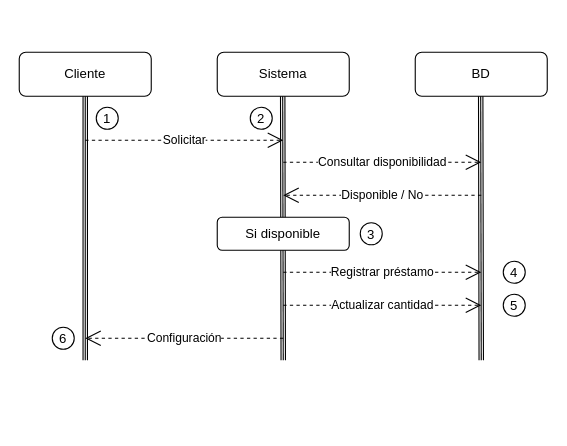
sebas226/NCA-DESAFIO1-CSI-1 keeps this draw.io diagram as ENTORNOS_DE_DESARROLLO/Diagramas_de_comportamiento_Drawio/Diagrama_de_secuencia.drawio. Above is the earlier version. Source tidied: cells renumbered, new cells numbered last; positions are measured from the earlier drawing's top-left corner, leaving out a move shared by most shapes. Both pictures are drawn from the tidied source at 110%, with x=0, y=0 at pixel (19, 52).
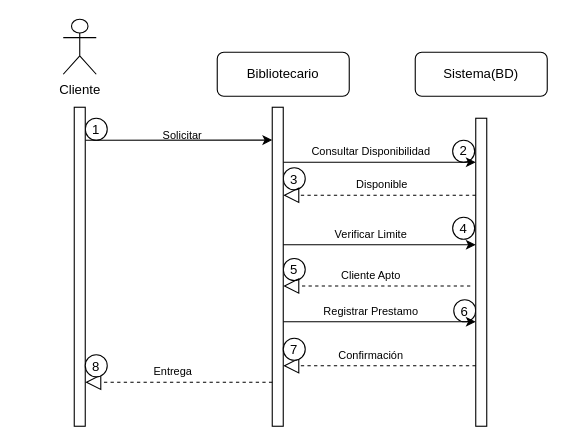
Above is the later version.

Change to the diagram source:
```diff
@@
-    <mxCell id="2" value="Cliente" style="rounded=1;whiteSpace=wrap;html=1;" parent="1" vertex="1">
-      <mxGeometry width="120" height="40" as="geometry" />
-    </mxCell>
-    <mxCell id="3" value="Sistema" style="rounded=1;whiteSpace=wrap;html=1;" parent="1" vertex="1">
+    <mxCell id="3" value="Bibliotecario" style="rounded=1;whiteSpace=wrap;html=1;" parent="1" vertex="1">
       <mxGeometry x="180" width="120" height="40" as="geometry" />
     </mxCell>
-    <mxCell id="4" value="BD" style="rounded=1;whiteSpace=wrap;html=1;" parent="1" vertex="1">
+    <mxCell id="4" value="Sistema(BD)" style="rounded=1;whiteSpace=wrap;html=1;" parent="1" vertex="1">
       <mxGeometry x="360" width="120" height="40" as="geometry" />
     </mxCell>
-    <mxCell id="5" style="shape=link;html=1;rounded=0;entryX=0.5;entryY=1;entryDx=0;entryDy=0;" parent="1" edge="1" target="2">
-      <mxGeometry relative="1" as="geometry">
-        <mxPoint x="60" y="280" as="sourcePoint" />
-      </mxGeometry>
-    </mxCell>
-    <mxCell id="6" style="endArrow=none;html=1;rounded=0;entryX=0.5;entryY=1;entryDx=0;entryDy=0;" parent="1" edge="1" target="2">
-      <mxGeometry relative="1" as="geometry">
-        <mxPoint x="60" y="280" as="sourcePoint" />
-      </mxGeometry>
-    </mxCell>
-    <mxCell id="7" style="shape=link;html=1;rounded=0;entryX=0.5;entryY=1;entryDx=0;entryDy=0;" parent="1" edge="1">
-      <mxGeometry relative="1" as="geometry">
-        <mxPoint x="240" y="280" as="sourcePoint" />
-        <mxPoint x="239.5" y="40" as="targetPoint" />
-      </mxGeometry>
-    </mxCell>
-    <mxCell id="8" style="shape=link;html=1;rounded=0;entryX=0.5;entryY=1;entryDx=0;entryDy=0;" parent="1" edge="1">
-      <mxGeometry relative="1" as="geometry">
-        <mxPoint x="420" y="280" as="sourcePoint" />
-        <mxPoint x="419.5" y="40" as="targetPoint" />
-      </mxGeometry>
-    </mxCell>
-    <mxCell id="9" style="endArrow=none;html=1;rounded=0;" parent="1" edge="1">
-      <mxGeometry relative="1" as="geometry">
-        <mxPoint x="240" y="280" as="sourcePoint" />
-        <mxPoint x="239.5" y="40" as="targetPoint" />
-      </mxGeometry>
-    </mxCell>
-    <mxCell id="10" style="endArrow=none;html=1;rounded=0;" parent="1" edge="1">
-      <mxGeometry relative="1" as="geometry">
-        <mxPoint x="420" y="280" as="sourcePoint" />
-        <mxPoint x="419.5" y="40" as="targetPoint" />
-      </mxGeometry>
-    </mxCell>
-    <mxCell id="11" value="Solicitar" style="endArrow=open;endSize=12;dashed=1;html=1;rounded=0;" parent="1" edge="1">
-      <mxGeometry relative="1" as="geometry">
-        <mxPoint x="60" y="80" as="sourcePoint" />
-        <mxPoint x="240" y="80" as="targetPoint" />
-      </mxGeometry>
-    </mxCell>
     <mxCell id="12" value="1" style="ellipse;" parent="1" vertex="1">
-      <mxGeometry x="70" y="50" width="20" height="20" as="geometry" />
+      <mxGeometry x="60" y="60" width="20" height="20" as="geometry" />
     </mxCell>
-    <mxCell id="13" value="2" style="ellipse;" parent="1" vertex="1">
-      <mxGeometry x="210" y="50" width="20" height="20" as="geometry" />
+    <mxCell id="13" value="2" style="ellipse;whiteSpace=wrap;" parent="1" vertex="1">
+      <mxGeometry x="394" y="80" width="20" height="20" as="geometry" />
     </mxCell>
-    <mxCell id="14" value="Si disponible" style="rounded=1;whiteSpace=wrap;html=1;" parent="1" vertex="1">
-      <mxGeometry x="180" y="150" width="120" height="30" as="geometry" />
-    </mxCell>
-    <mxCell id="15" value="Consultar disponibilidad" style="endArrow=open;endSize=12;dashed=1;html=1;rounded=0;" parent="1" edge="1">
-      <mxGeometry relative="1" as="geometry">
-        <mxPoint x="240" y="100" as="sourcePoint" />
-        <mxPoint x="420" y="100" as="targetPoint" />
-      </mxGeometry>
-    </mxCell>
-    <mxCell id="16" value="Disponible / No" style="endArrow=open;endSize=12;dashed=1;html=1;rounded=0;" parent="1" edge="1">
-      <mxGeometry relative="1" as="geometry">
-        <mxPoint x="420" y="130" as="sourcePoint" />
-        <mxPoint x="240" y="130" as="targetPoint" />
-      </mxGeometry>
-    </mxCell>
-    <mxCell id="17" value="Registrar préstamo" style="endArrow=open;endSize=12;dashed=1;html=1;rounded=0;" parent="1" edge="1">
-      <mxGeometry relative="1" as="geometry">
-        <mxPoint x="240" y="200" as="sourcePoint" />
-        <mxPoint x="420" y="200" as="targetPoint" />
-      </mxGeometry>
-    </mxCell>
-    <mxCell id="18" value="Actualizar cantidad" style="endArrow=open;endSize=12;dashed=1;html=1;rounded=0;" parent="1" edge="1">
-      <mxGeometry relative="1" as="geometry">
-        <mxPoint x="240" y="230" as="sourcePoint" />
-        <mxPoint x="420" y="230" as="targetPoint" />
-      </mxGeometry>
-    </mxCell>
-    <mxCell id="19" value="Configuración" style="endArrow=open;endSize=12;dashed=1;html=1;rounded=0;" parent="1" edge="1">
-      <mxGeometry relative="1" as="geometry">
-        <mxPoint x="240" y="260" as="sourcePoint" />
-        <mxPoint x="60" y="260" as="targetPoint" />
-      </mxGeometry>
-    </mxCell>
     <mxCell id="20" value="3" style="ellipse;" parent="1" vertex="1">
-      <mxGeometry x="310" y="155" width="20" height="20" as="geometry" />
+      <mxGeometry x="240" y="105" width="20" height="20" as="geometry" />
     </mxCell>
     <mxCell id="21" value="5" style="ellipse;" parent="1" vertex="1">
-      <mxGeometry x="440" y="220" width="20" height="20" as="geometry" />
+      <mxGeometry x="240" y="187.5" width="20" height="20" as="geometry" />
     </mxCell>
     <mxCell id="22" value="6" style="ellipse;" parent="1" vertex="1">
-      <mxGeometry x="30" y="250" width="20" height="20" as="geometry" />
+      <mxGeometry x="395" y="225" width="20" height="20" as="geometry" />
     </mxCell>
     <mxCell id="23" value="4" style="ellipse;" parent="1" vertex="1">
-      <mxGeometry x="440" y="190" width="20" height="20" as="geometry" />
+      <mxGeometry x="394" y="150" width="20" height="20" as="geometry" />
     </mxCell>
+    <mxCell id="24" style="endArrow=classic;html=1;rounded=0;entryX=0;entryY=0.103;entryDx=0;entryDy=0;entryPerimeter=0;" parent="1" edge="1" target="30">
+      <mxGeometry relative="1" as="geometry">
+        <mxPoint x="60" y="80" as="sourcePoint" />
+      </mxGeometry>
+    </mxCell>
+    <mxCell id="11" value="Solicitar&amp;nbsp;" style="text;html=1;whiteSpace=wrap;strokeColor=none;fillColor=none;align=center;verticalAlign=middle;rounded=0;fontSize=10;" parent="1" vertex="1">
+      <mxGeometry x="120" y="60" width="60" height="30" as="geometry" />
+    </mxCell>
+    <mxCell id="25" style="endArrow=classic;html=1;rounded=0;" parent="1" edge="1" target="31">
+      <mxGeometry relative="1" as="geometry">
+        <mxPoint x="240" y="100" as="sourcePoint" />
+      </mxGeometry>
+    </mxCell>
+    <mxCell id="26" value="Consultar Disponibilidad" style="text;html=1;whiteSpace=wrap;strokeColor=none;fillColor=none;align=center;verticalAlign=middle;rounded=0;fontSize=10;" parent="1" vertex="1">
+      <mxGeometry x="260" y="75" width="120" height="30" as="geometry" />
+    </mxCell>
+    <mxCell id="27" style="endArrow=classic;html=1;rounded=0;" parent="1" edge="1">
+      <mxGeometry relative="1" as="geometry">
+        <mxPoint x="240" y="245" as="sourcePoint" />
+        <mxPoint x="415" y="245" as="targetPoint" />
+      </mxGeometry>
+    </mxCell>
+    <mxCell id="28" value="Registrar Prestamo" style="text;html=1;whiteSpace=wrap;strokeColor=none;fillColor=none;align=center;verticalAlign=middle;rounded=0;fontSize=10;" parent="1" vertex="1">
+      <mxGeometry x="260" y="220" width="120" height="30" as="geometry" />
+    </mxCell>
+    <mxCell id="2" value="Cliente" style="shape=umlActor;verticalLabelPosition=bottom;verticalAlign=top;html=1;" parent="1" vertex="1">
+      <mxGeometry x="40" y="-30" width="30" height="50" as="geometry" />
+    </mxCell>
+    <mxCell id="29" style="html=1;perimeter=orthogonalPerimeter;targetShapes=umlLifeline;newEdgeStyle={&quot;curved&quot;:0,&quot;rounded&quot;:0};" parent="1" vertex="1">
+      <mxGeometry x="50" y="50" width="10" height="290" as="geometry" />
+    </mxCell>
+    <mxCell id="30" style="html=1;points=[[0,0,0,0,5],[0,1,0,0,-5],[1,0,0,0,5],[1,1,0,0,-5]];perimeter=orthogonalPerimeter;outlineConnect=0;targetShapes=umlLifeline;portConstraint=eastwest;newEdgeStyle={&quot;curved&quot;:0,&quot;rounded&quot;:0};" parent="1" vertex="1">
+      <mxGeometry x="230" y="50" width="10" height="290" as="geometry" />
+    </mxCell>
+    <mxCell id="31" style="html=1;points=[[0,0,0,0,5],[0,1,0,0,-5],[1,0,0,0,5],[1,1,0,0,-5]];perimeter=orthogonalPerimeter;outlineConnect=0;targetShapes=umlLifeline;portConstraint=eastwest;newEdgeStyle={&quot;curved&quot;:0,&quot;rounded&quot;:0};" parent="1" vertex="1">
+      <mxGeometry x="415" y="60" width="10" height="280" as="geometry" />
+    </mxCell>
+    <mxCell id="32" style="endArrow=block;dashed=1;endFill=0;endSize=12;html=1;rounded=0;" parent="1" edge="1">
+      <mxGeometry relative="1" as="geometry">
+        <mxPoint x="415" y="285" as="sourcePoint" />
+        <mxPoint x="240" y="285" as="targetPoint" />
+      </mxGeometry>
+    </mxCell>
+    <mxCell id="33" value="Confirmación" style="text;html=1;whiteSpace=wrap;strokeColor=none;fillColor=none;align=center;verticalAlign=middle;rounded=0;fontSize=10;" parent="1" vertex="1">
+      <mxGeometry x="260" y="260" width="120" height="30" as="geometry" />
+    </mxCell>
+    <mxCell id="34" style="endArrow=classic;html=1;rounded=0;" parent="1" edge="1">
+      <mxGeometry relative="1" as="geometry">
+        <mxPoint x="240" y="175" as="sourcePoint" />
+        <mxPoint x="415" y="175" as="targetPoint" />
+      </mxGeometry>
+    </mxCell>
+    <mxCell id="35" value="Verificar Limite" style="text;html=1;whiteSpace=wrap;strokeColor=none;fillColor=none;align=center;verticalAlign=middle;rounded=0;fontSize=10;" parent="1" vertex="1">
+      <mxGeometry x="260" y="150" width="120" height="30" as="geometry" />
+    </mxCell>
+    <mxCell id="36" style="endArrow=block;dashed=1;endFill=0;endSize=12;html=1;rounded=0;" parent="1" edge="1">
+      <mxGeometry relative="1" as="geometry">
+        <mxPoint x="410" y="212.5" as="sourcePoint" />
+        <mxPoint x="240" y="212.5" as="targetPoint" />
+      </mxGeometry>
+    </mxCell>
+    <mxCell id="37" value="Cliente Apto" style="text;html=1;whiteSpace=wrap;strokeColor=none;fillColor=none;align=center;verticalAlign=middle;rounded=0;fontSize=10;" parent="1" vertex="1">
+      <mxGeometry x="260" y="187.5" width="120" height="30" as="geometry" />
+    </mxCell>
+    <mxCell id="38" style="endArrow=block;dashed=1;endFill=0;endSize=12;html=1;rounded=0;" parent="1" edge="1" target="30">
+      <mxGeometry relative="1" as="geometry">
+        <mxPoint x="415" y="130" as="sourcePoint" />
+      </mxGeometry>
+    </mxCell>
+    <mxCell id="39" value="Disponible" style="text;html=1;whiteSpace=wrap;strokeColor=none;fillColor=none;align=center;verticalAlign=middle;rounded=0;fontSize=10;" parent="1" vertex="1">
+      <mxGeometry x="270" y="105" width="120" height="30" as="geometry" />
+    </mxCell>
+    <mxCell id="40" value="7" style="ellipse;" parent="1" vertex="1">
+      <mxGeometry x="240" y="260" width="20" height="20" as="geometry" />
+    </mxCell>
+    <mxCell id="41" style="endArrow=block;dashed=1;endFill=0;endSize=12;html=1;rounded=0;" parent="1" edge="1">
+      <mxGeometry relative="1" as="geometry">
+        <mxPoint x="230" y="300" as="sourcePoint" />
+        <mxPoint x="60" y="300" as="targetPoint" />
+      </mxGeometry>
+    </mxCell>
+    <mxCell id="42" value="Entrega" style="text;html=1;whiteSpace=wrap;strokeColor=none;fillColor=none;align=center;verticalAlign=middle;rounded=0;fontSize=10;" parent="1" vertex="1">
+      <mxGeometry x="80" y="275" width="120" height="30" as="geometry" />
+    </mxCell>
+    <mxCell id="43" value="8" style="ellipse;" parent="1" vertex="1">
+      <mxGeometry x="60" y="275" width="20" height="20" as="geometry" />
+    </mxCell>
```
